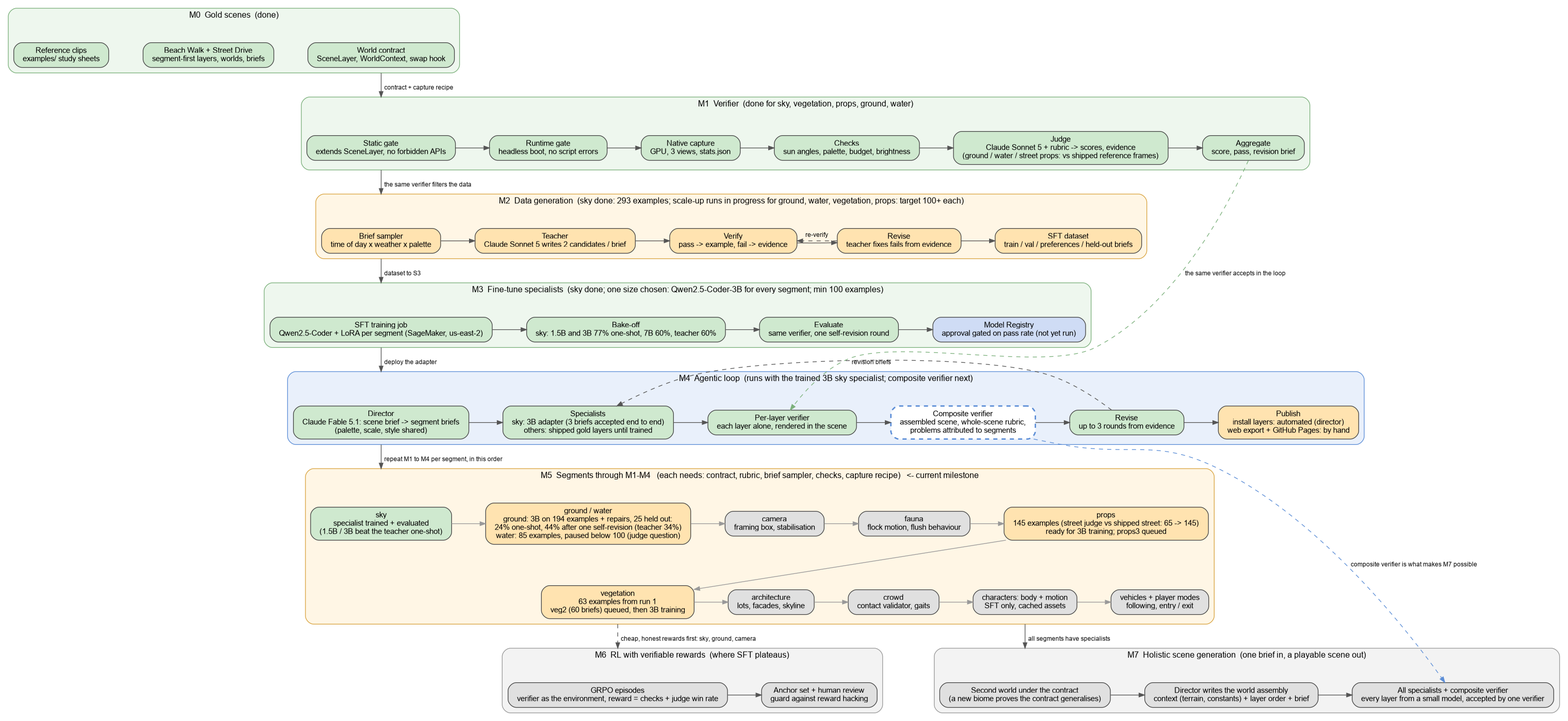
Earlier version of the Graphviz export design/pipeline.png (Marc-GenAI-AWS/godot-game). Its source is kept beside it as design/pipeline.dot. Its diagram source:
```dot
digraph pipeline {
  rankdir=TB;
  fontname="Helvetica";
  fontsize=12;
  node [shape=box, style="rounded,filled", fontname="Helvetica", fontsize=11, margin="0.18,0.08", color="#444444"];
  edge [color="#555555", arrowsize=0.8, fontname="Helvetica", fontsize=9];
  compound=true;
  nodesep=0.35;
  ranksep=0.7;


  subgraph cluster_m0 {
    label="M0  Gold scenes  (done)"; style="rounded,filled"; fillcolor="#eef7ee"; color="#7bb07b";
    m0a [label="Beach Walk + Street Drive\nsegment-first layers, worlds, briefs", fillcolor="#cfe9cf"];
    m0b [label="Reference clips\nexamples/ study sheets", fillcolor="#cfe9cf"];
    m0c [label="World contract\nSceneLayer, WorldContext, swap hook", fillcolor="#cfe9cf"];
    m0b -> m0a -> m0c [style=invis];
    {rank=same; m0b; m0a; m0c;}
  }

  subgraph cluster_m1 {
    label="M1  Verifier  (done for sky, vegetation, props, ground, water)"; style="rounded,filled"; fillcolor="#eef7ee"; color="#7bb07b";
    v1 [label="Static gate\nextends SceneLayer, no forbidden APIs", fillcolor="#cfe9cf"];
    v2 [label="Runtime gate\nheadless boot, no script errors", fillcolor="#cfe9cf"];
    v3 [label="Native capture\nGPU, 3 views, stats.json", fillcolor="#cfe9cf"];
    v4 [label="Checks\nsun angles, palette, budget, brightness", fillcolor="#cfe9cf"];
    v5 [label="Judge\nClaude Sonnet 5 + rubric -> scores, evidence\n(ground / water / street props: vs shipped reference frames)", fillcolor="#cfe9cf"];
    v6 [label="Aggregate\nscore, pass, revision brief", fillcolor="#cfe9cf"];
    v1 -> v2 -> v3 -> v4 -> v5 -> v6;
    {rank=same; v1; v2; v3; v4; v5; v6;}
  }

  subgraph cluster_m2 {
    label="M2  Data generation  (sky done: 293 examples; scale-up runs in progress for ground, water, vegetation, props: target 100+ each)"; style="rounded,filled"; fillcolor="#fff6e5"; color="#d9a441";
    d1 [label="Brief sampler\ntime of day x weather x palette", fillcolor="#ffe3b0"];
    d2 [label="Teacher\nClaude Sonnet 5 writes 2 candidates / brief", fillcolor="#ffe3b0"];
    d3 [label="Verify\npass -> example, fail -> evidence", fillcolor="#ffe3b0"];
    d4 [label="Revise\nteacher fixes fails from evidence", fillcolor="#ffe3b0"];
    d5 [label="SFT dataset\ntrain / val / preferences / held-out briefs", fillcolor="#ffe3b0"];
    d1 -> d2 -> d3 -> d4 -> d5;
    d4 -> d3 [constraint=false, label="re-verify", style=dashed];
    {rank=same; d1; d2; d3; d4; d5;}
  }

  subgraph cluster_m3 {
    label="M3  Fine-tune specialists  (sky done; one size chosen: Qwen2.5-Coder-3B for every segment; min 100 examples)"; style="rounded,filled"; fillcolor="#eef7ee"; color="#7bb07b";
    t1 [label="SFT training job\nQwen2.5-Coder + LoRA per segment (SageMaker, us-east-2)", fillcolor="#cfe9cf"];
    t2 [label="Bake-off\nsky: 1.5B and 3B 77% one-shot, 7B 60%, teacher 60%", fillcolor="#cfe9cf"];
    t3 [label="Evaluate\nsame verifier, one self-revision round", fillcolor="#cfe9cf"];
    t4 [label="Model Registry\napproval gated on pass rate (not yet run)", fillcolor="#cfdcf5"];
    t1 -> t2 -> t3 -> t4;
    {rank=same; t1; t2; t3; t4;}
  }

  subgraph cluster_m4 {
    label="M4  Agentic loop  (runs with the trained 3B sky specialist; composite verifier next)"; style="rounded,filled"; fillcolor="#e9f0fb"; color="#5b8dd6";
    l1 [label="Director\nClaude Fable 5.1: scene brief -> segment briefs\n(palette, scale, style shared)", fillcolor="#cfe9cf"];
    l2 [label="Specialists\nsky: 3B adapter (3 briefs accepted end to end)\nothers: shipped gold layers until trained", fillcolor="#cfe9cf"];
    l3 [label="Per-layer verifier\neach layer alone, rendered in the scene", fillcolor="#cfe9cf"];
    l3b [label="Composite verifier\nassembled scene, whole-scene rubric,\nproblems attributed to segments", fillcolor="#ffffff", color="#5b8dd6", penwidth=2, style="rounded,filled,dashed"];
    l4 [label="Revise\nup to 3 rounds from evidence", fillcolor="#cfe9cf"];
    l5 [label="Publish\ninstall layers: automated (director)\nweb export + GitHub Pages: by hand", fillcolor="#ffe3b0"];
    l1 -> l2 -> l3 -> l3b -> l4 -> l5;
    l4 -> l2 [constraint=false, label="revision briefs", style=dashed];
    {rank=same; l1; l2; l3; l3b; l4; l5;}
  }

  subgraph cluster_m5 {
    label="M5  Segments through M1-M4   (each needs: contract, rubric, brief sampler, checks, capture recipe)   <- current milestone"; style="rounded,filled"; fillcolor="#fff6e5"; color="#d9a441";
    g0 [label="sky\nspecialist trained + evaluated\n(1.5B / 3B beat the teacher one-shot)", fillcolor="#cfe9cf"];
    g1 [label="ground / water\nground: 3B on 194 examples + repairs, 25 held out:\n24% one-shot, 44% after one self-revision (teacher 34%)\nwater: 85 examples, paused below 100 (judge question)", fillcolor="#ffe3b0"];
    g2 [label="camera\nframing box, stabilisation", fillcolor="#e0e0e0"];
    g3 [label="fauna\nflock motion, flush behaviour", fillcolor="#e0e0e0"];
    g4 [label="props\n145 examples (street judge vs shipped street: 65 -> 145)\nready for 3B training; props3 queued", fillcolor="#ffe3b0"];
    g5 [label="vegetation\n63 examples from run 1\nveg2 (60 briefs) queued, then 3B training", fillcolor="#ffe3b0"];
    g6 [label="architecture\nlots, facades, skyline", fillcolor="#e0e0e0"];
    g7 [label="crowd\ncontact validator, gaits", fillcolor="#e0e0e0"];
    g8 [label="characters: body + motion\nSFT only, cached assets", fillcolor="#e0e0e0"];
    g9 [label="vehicles + player modes\nfollowing, entry / exit", fillcolor="#e0e0e0"];
    g0 -> g1 -> g2 -> g3 -> g4 [color="#999999"];
    g4 -> g5 -> g6 -> g7 [color="#999999"];
    g7 -> g8 -> g9 [color="#999999"];
    {rank=same; g0; g1; g2; g3; g4;}
    {rank=same; g5; g6; g7; g8; g9;}
  }

  subgraph cluster_m6 {
    label="M6  RL with verifiable rewards  (where SFT plateaus)"; style="rounded,filled"; fillcolor="#f3f3f3"; color="#999999";
    r1 [label="GRPO episodes\nverifier as the environment, reward = checks + judge win rate", fillcolor="#e0e0e0"];
    r2 [label="Anchor set + human review\nguard against reward hacking", fillcolor="#e0e0e0"];
    r1 -> r2;
    {rank=same; r1; r2;}
  }

  subgraph cluster_m7 {
    label="M7  Holistic scene generation  (one brief in, a playable scene out)"; style="rounded,filled"; fillcolor="#f3f3f3"; color="#999999";
    h1 [label="Second world under the contract\n(a new biome proves the contract generalises)", fillcolor="#e0e0e0"];
    h2 [label="Director writes the world assembly\ncontext (terrain, constants) + layer order + brief", fillcolor="#e0e0e0"];
    h3 [label="All specialists + composite verifier\nevery layer from a small model, accepted by one verifier", fillcolor="#e0e0e0"];
    h1 -> h2 -> h3;
    {rank=same; h1; h2; h3;}
  }

  m0c -> v1 [ltail=cluster_m0, lhead=cluster_m1, label="  contract + capture recipe"];
  v1 -> d1 [ltail=cluster_m1, lhead=cluster_m2, label="  the same verifier filters the data"];
  d1 -> t1 [ltail=cluster_m2, lhead=cluster_m3, label="  dataset to S3"];
  t1 -> l1 [ltail=cluster_m3, lhead=cluster_m4, label="  deploy the adapter"];
  l1 -> g0 [ltail=cluster_m4, lhead=cluster_m5, label="  repeat M1 to M4 per segment, in this order"];
  g5 -> r1 [ltail=cluster_m5, lhead=cluster_m6, label="  cheap, honest rewards first: sky, ground, camera", style=dashed];
  g8 -> h1 [ltail=cluster_m5, lhead=cluster_m7, label="  all segments have specialists"];
  v6 -> l3 [style=dashed, color="#7bb07b", label="  the same verifier accepts in the loop", constraint=false];
  l3b -> h3 [style=dashed, color="#5b8dd6", label="  composite verifier is what makes M7 possible", constraint=false];
}
```
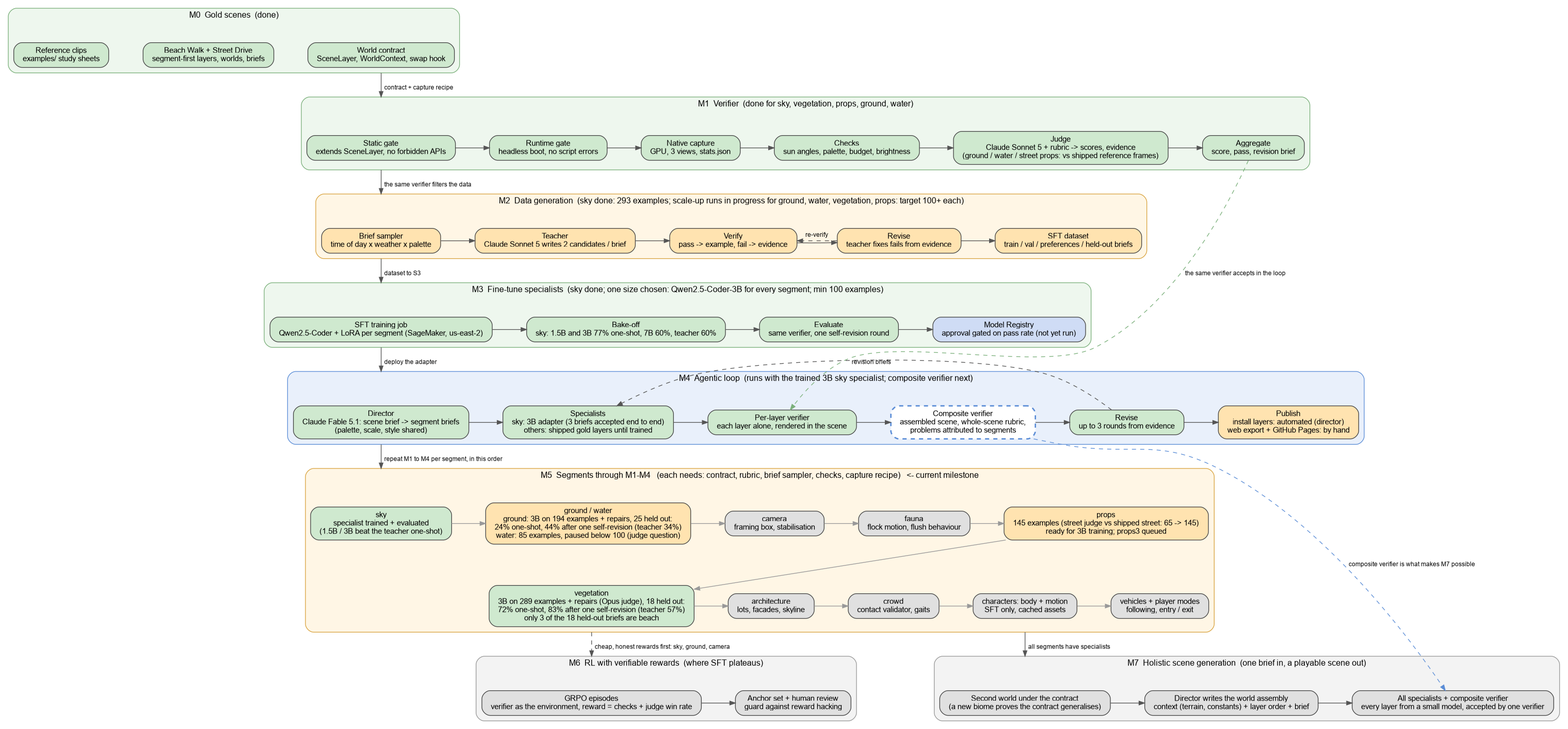
Later version of the same file.

Commit message:
Milestone diagram: vegetation 3B adapter trained on the Opus-judged data, 72% one-shot and 83% after one self-revision vs teacher 57% on 18 held-out briefs

Claude-Session: https://claude.ai/code/session_01UAYU2mUDuDd7xzaMngBZ3G

The edit, as a diff of the source:
```diff
@@ -72,7 +72,7 @@
     g2 [label="camera\nframing box, stabilisation", fillcolor="#e0e0e0"];
     g3 [label="fauna\nflock motion, flush behaviour", fillcolor="#e0e0e0"];
     g4 [label="props\n145 examples (street judge vs shipped street: 65 -> 145)\nready for 3B training; props3 queued", fillcolor="#ffe3b0"];
-    g5 [label="vegetation\n63 examples from run 1\nveg2 (60 briefs) queued, then 3B training", fillcolor="#ffe3b0"];
+    g5 [label="vegetation\n3B on 289 examples + repairs (Opus judge), 18 held out:\n72% one-shot, 83% after one self-revision (teacher 57%)\nonly 3 of the 18 held-out briefs are beach", fillcolor="#cfe9cf"];
     g6 [label="architecture\nlots, facades, skyline", fillcolor="#e0e0e0"];
     g7 [label="crowd\ncontact validator, gaits", fillcolor="#e0e0e0"];
     g8 [label="characters: body + motion\nSFT only, cached assets", fillcolor="#e0e0e0"];
```
